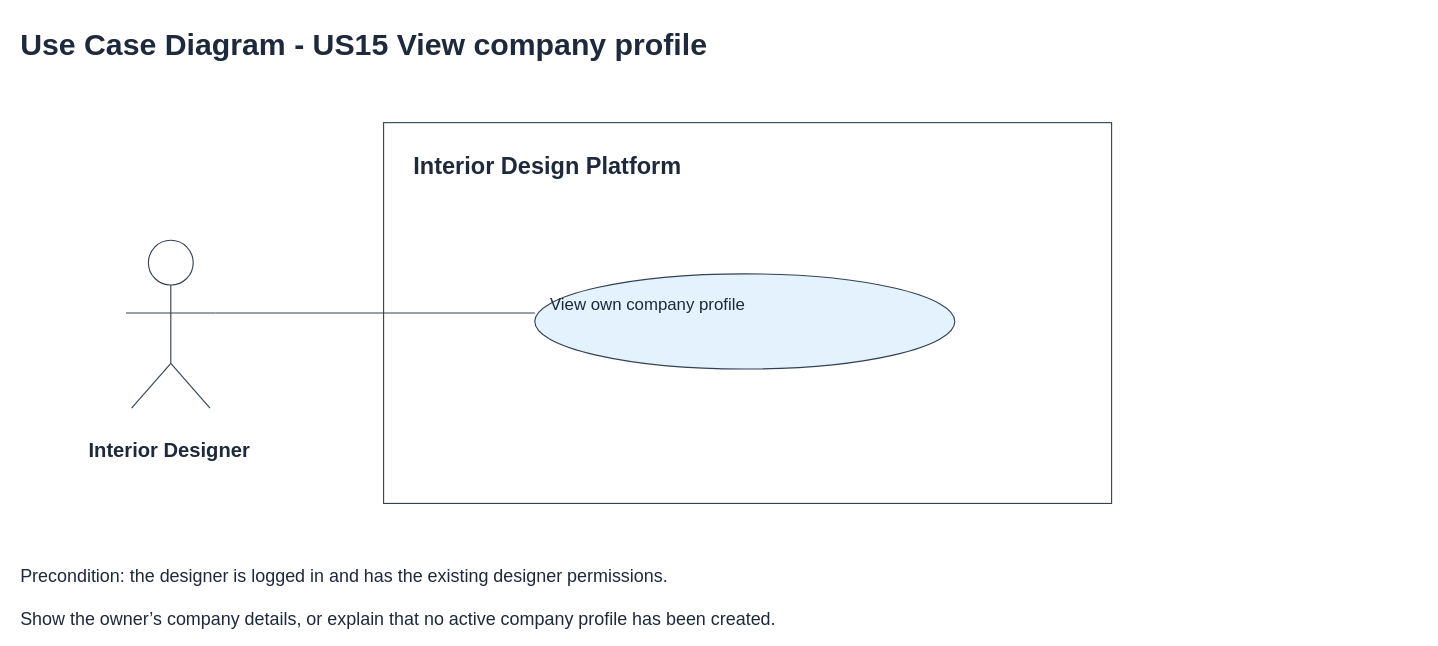
Before: page "2 Use Case Diagram" (1 of 7) of Sprint_2/US15 - View Company Profile/US15 View company profile.drawio in Hanzxc/CSIT314-ARCHSS, a draw.io diagram. Source tidied: cells renumbered, new cells numbered last; positions are measured from the earlier drawing's top-left corner, leaving out a move shared by most shapes. Both pictures are drawn from the tidied source at 112%, with x=0, y=0 at pixel (18, 18).
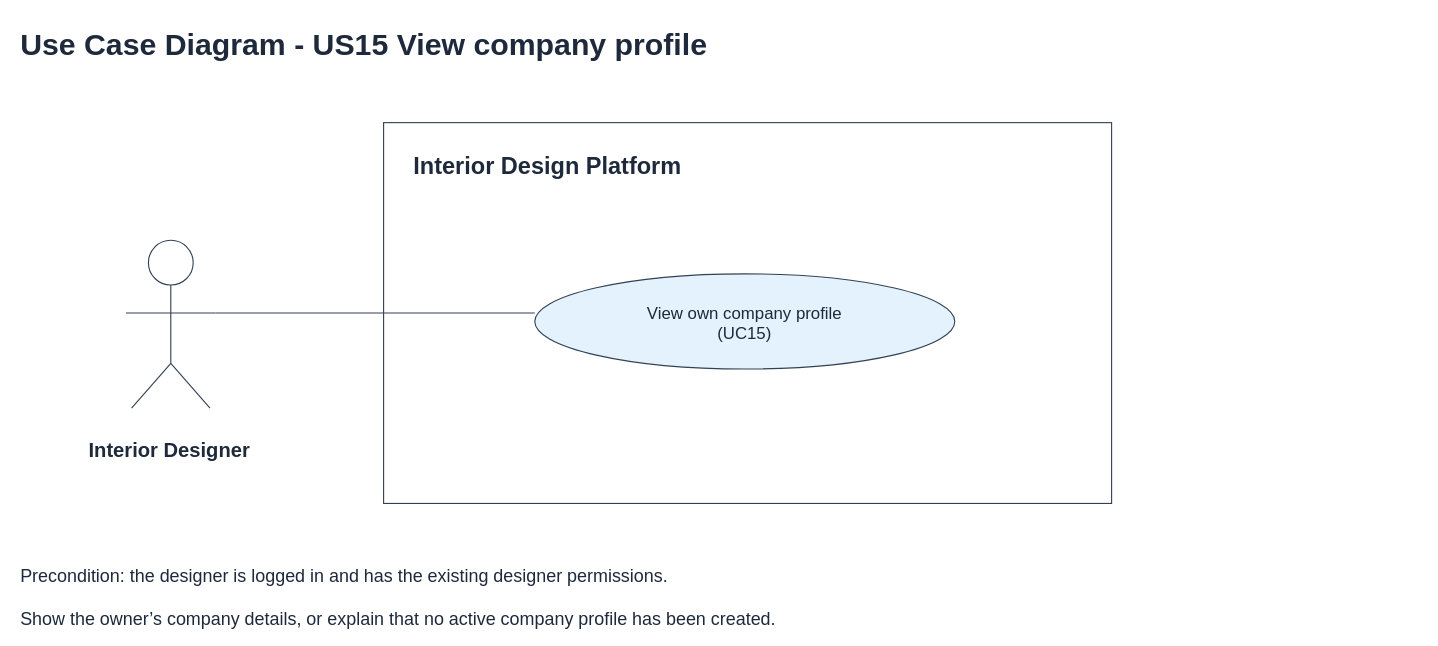
The same diagram, later.

Change to the diagram source:
```diff
@@
-    <mxCell id="6" value="View own company profile" style="text;html=0;align=left;verticalAlign=top;fontSize=15;fontStyle=0;fontColor=#1e293b;" parent="1" vertex="1">
-      <mxGeometry x="473" y="240" width="351" height="22" as="geometry" />
+    <mxCell id="6" value="View own company profile&#10;(UC15)" style="text;html=0;align=center;verticalAlign=top;fontSize=15;fontStyle=0;fontColor=#1e293b;" parent="1" vertex="1">
+      <mxGeometry x="473" y="248" width="351" height="22" as="geometry" />
     </mxCell>
```
